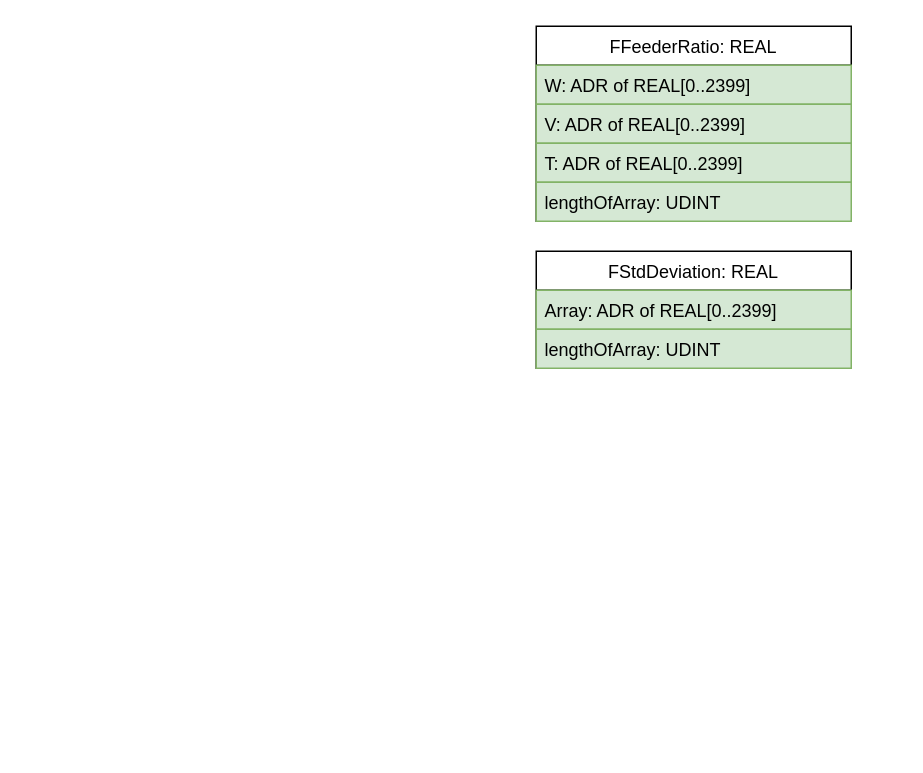
Above: FeederScheme.drawio in StankevichSL/FeederBR (draw.io), before the change. Source tidied: cells renumbered, new cells numbered last; positions are measured from the earlier drawing's top-left corner, leaving out a move shared by most shapes. Both pictures are drawn from the tidied source at 150%, with x=0, y=0 at pixel (536, 26).
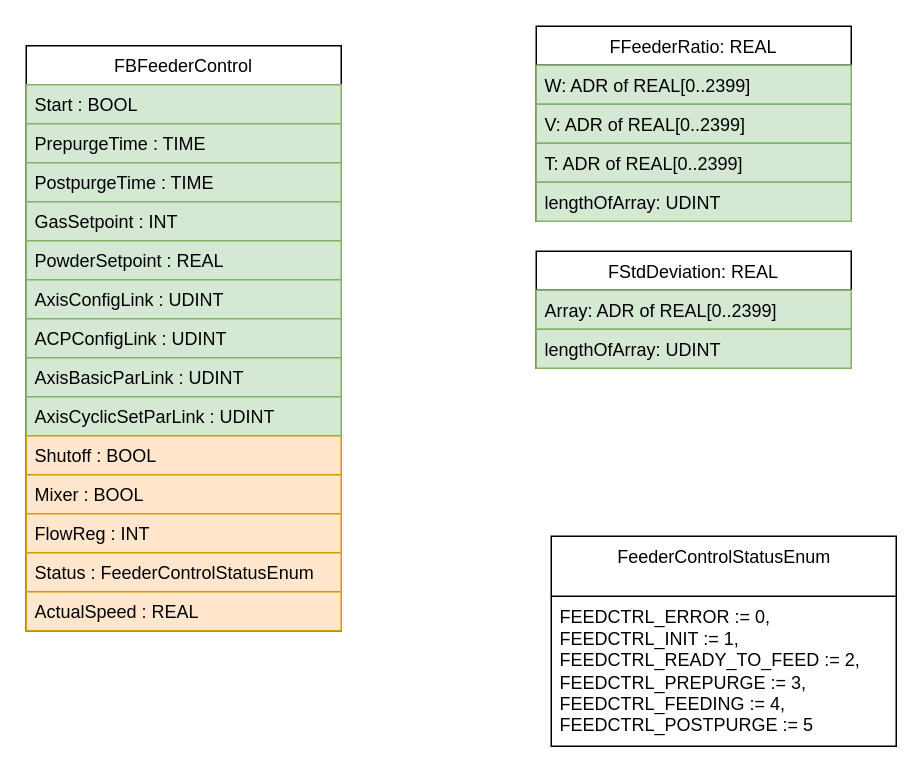
Above is the later version.

Commit message:
Поправлена схема

Diff of the diagram source:
```diff
@@
+    <mxCell id="10" value="FBFeederControl" style="swimlane;fontStyle=0;horizontal=1;startSize=26;fillColor=none;" parent="1" vertex="1">
+      <mxGeometry x="-340" y="13" width="210" height="390" as="geometry" />
+    </mxCell>
+    <mxCell id="11" value="Start : BOOL" style="text;strokeColor=#82b366;fillColor=#d5e8d4;align=left;verticalAlign=top;spacingLeft=4;spacingRight=4;overflow=hidden;" parent="10" vertex="1">
+      <mxGeometry y="26" width="210" height="26" as="geometry" />
+    </mxCell>
+    <mxCell id="12" value="PrepurgeTime : TIME" style="text;strokeColor=#82b366;fillColor=#d5e8d4;align=left;verticalAlign=top;spacingLeft=4;spacingRight=4;overflow=hidden;" parent="10" vertex="1">
+      <mxGeometry y="52" width="210" height="26" as="geometry" />
+    </mxCell>
+    <mxCell id="13" value="PostpurgeTime : TIME" style="text;strokeColor=#82b366;fillColor=#d5e8d4;align=left;verticalAlign=top;spacingLeft=4;spacingRight=4;overflow=hidden;" parent="10" vertex="1">
+      <mxGeometry y="78" width="210" height="26" as="geometry" />
+    </mxCell>
+    <mxCell id="14" value="GasSetpoint : INT" style="text;strokeColor=#82b366;fillColor=#d5e8d4;align=left;verticalAlign=top;spacingLeft=4;spacingRight=4;overflow=hidden;" parent="10" vertex="1">
+      <mxGeometry y="104" width="210" height="26" as="geometry" />
+    </mxCell>
+    <mxCell id="15" value="PowderSetpoint : REAL" style="text;strokeColor=#82b366;fillColor=#d5e8d4;align=left;verticalAlign=top;spacingLeft=4;spacingRight=4;overflow=hidden;" parent="10" vertex="1">
+      <mxGeometry y="130" width="210" height="26" as="geometry" />
+    </mxCell>
+    <mxCell id="16" value="AxisConfigLink : UDINT" style="text;strokeColor=#82b366;fillColor=#d5e8d4;align=left;verticalAlign=top;spacingLeft=4;spacingRight=4;overflow=hidden;" parent="10" vertex="1">
+      <mxGeometry y="156" width="210" height="26" as="geometry" />
+    </mxCell>
+    <mxCell id="17" value="ACPConfigLink : UDINT" style="text;strokeColor=#82b366;fillColor=#d5e8d4;align=left;verticalAlign=top;spacingLeft=4;spacingRight=4;overflow=hidden;" parent="10" vertex="1">
+      <mxGeometry y="182" width="210" height="26" as="geometry" />
+    </mxCell>
+    <mxCell id="18" value="AxisBasicParLink : UDINT" style="text;strokeColor=#82b366;fillColor=#d5e8d4;align=left;verticalAlign=top;spacingLeft=4;spacingRight=4;overflow=hidden;" parent="10" vertex="1">
+      <mxGeometry y="208" width="210" height="26" as="geometry" />
+    </mxCell>
+    <mxCell id="19" value="AxisCyclicSetParLink : UDINT" style="text;strokeColor=#82b366;fillColor=#d5e8d4;align=left;verticalAlign=top;spacingLeft=4;spacingRight=4;overflow=hidden;" parent="10" vertex="1">
+      <mxGeometry y="234" width="210" height="26" as="geometry" />
+    </mxCell>
+    <mxCell id="20" value="Shutoff : BOOL" style="text;strokeColor=#d79b00;fillColor=#ffe6cc;align=left;verticalAlign=top;spacingLeft=4;spacingRight=4;overflow=hidden;" parent="10" vertex="1">
+      <mxGeometry y="260" width="210" height="26" as="geometry" />
+    </mxCell>
+    <mxCell id="21" value="Mixer : BOOL" style="text;strokeColor=#d79b00;fillColor=#ffe6cc;align=left;verticalAlign=top;spacingLeft=4;spacingRight=4;overflow=hidden;" parent="10" vertex="1">
+      <mxGeometry y="286" width="210" height="26" as="geometry" />
+    </mxCell>
+    <mxCell id="22" value="FlowReg : INT" style="text;strokeColor=#d79b00;fillColor=#ffe6cc;align=left;verticalAlign=top;spacingLeft=4;spacingRight=4;overflow=hidden;" parent="10" vertex="1">
+      <mxGeometry y="312" width="210" height="26" as="geometry" />
+    </mxCell>
+    <mxCell id="23" value="Status : FeederControlStatusEnum" style="text;strokeColor=#d79b00;fillColor=#ffe6cc;align=left;verticalAlign=top;spacingLeft=4;spacingRight=4;overflow=hidden;" parent="10" vertex="1">
+      <mxGeometry y="338" width="210" height="26" as="geometry" />
+    </mxCell>
+    <mxCell id="24" value="ActualSpeed : REAL" style="text;strokeColor=#d79b00;fillColor=#ffe6cc;align=left;verticalAlign=top;spacingLeft=4;spacingRight=4;overflow=hidden;" parent="10" vertex="1">
+      <mxGeometry y="364" width="210" height="26" as="geometry" />
+    </mxCell>
+    <mxCell id="25" value="FeederControlStatusEnum" style="swimlane;fontStyle=0;align=center;verticalAlign=top;horizontal=1;startSize=40;html=1;" parent="1" vertex="1">
+      <mxGeometry x="10" y="340" width="230" height="140" as="geometry" />
+    </mxCell>
+    <mxCell id="26" value="&lt;div&gt;FEEDCTRL_ERROR := 0,&lt;/div&gt;&lt;div&gt;&lt;span&gt;&#9;&#9;&lt;/span&gt;FEEDCTRL_INIT := 1,&lt;/div&gt;&lt;div&gt;&lt;span&gt;&#9;&#9;&lt;/span&gt;FEEDCTRL_READY_TO_FEED := 2,&lt;/div&gt;&lt;div&gt;&lt;span&gt;&#9;&#9;&lt;/span&gt;FEEDCTRL_PREPURGE := 3,&lt;/div&gt;&lt;div&gt;&lt;span&gt;&#9;&#9;&lt;/span&gt;FEEDCTRL_FEEDING := 4,&lt;/div&gt;&lt;div&gt;&lt;span&gt;&#9;&#9;&lt;/span&gt;FEEDCTRL_POSTPURGE := 5&lt;/div&gt;" style="text;html=1;strokeColor=none;fillColor=none;align=left;verticalAlign=middle;spacingLeft=4;spacingRight=4;overflow=hidden;" parent="25" vertex="1">
+      <mxGeometry y="40" width="230" height="100" as="geometry" />
+    </mxCell>
```
